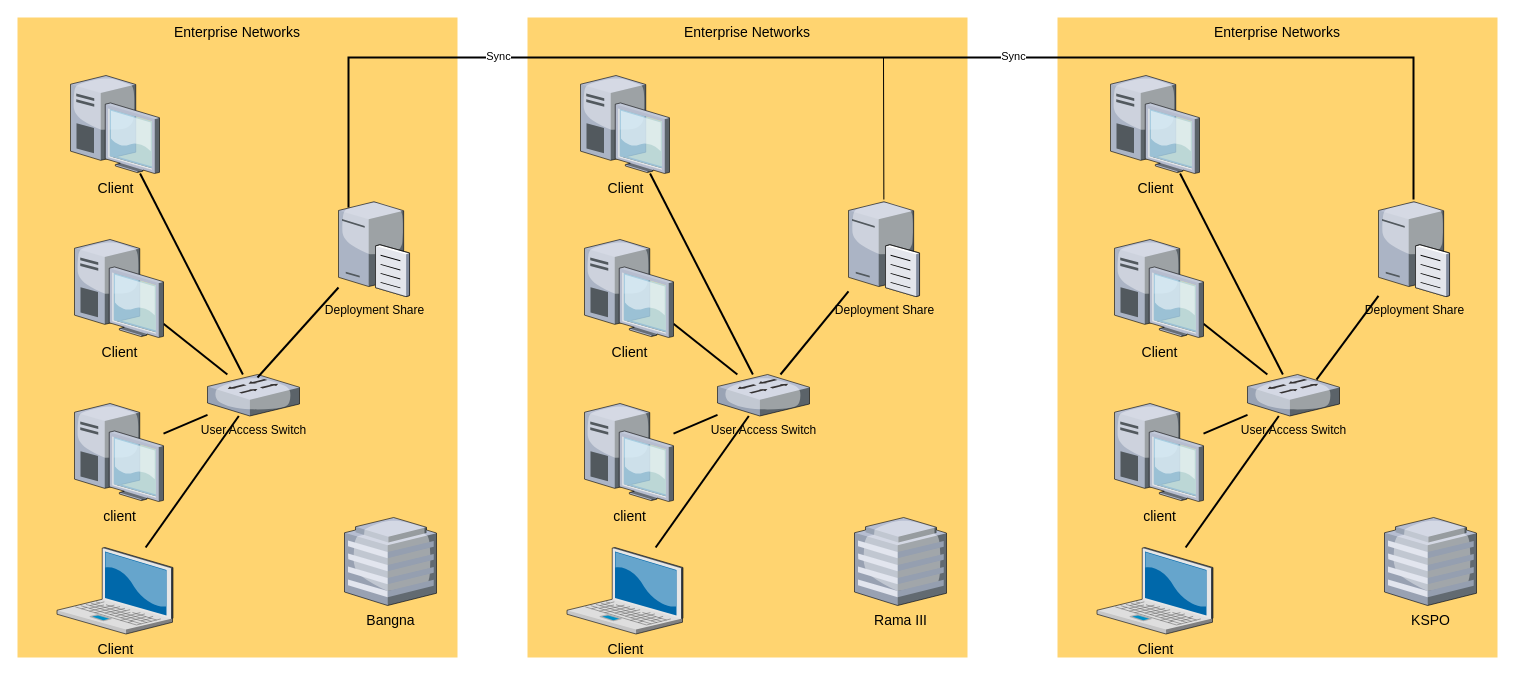
This is Untitled Diagram.drawio from Eddardx/MDT, a draw.io file, before an edit. Source tidied: cells renumbered, new cells numbered last; positions are measured from the earlier drawing's top-left corner, leaving out a move shared by most shapes. Both pictures are drawn from the tidied source at 100%, with x=0, y=0 at pixel (17, 17).
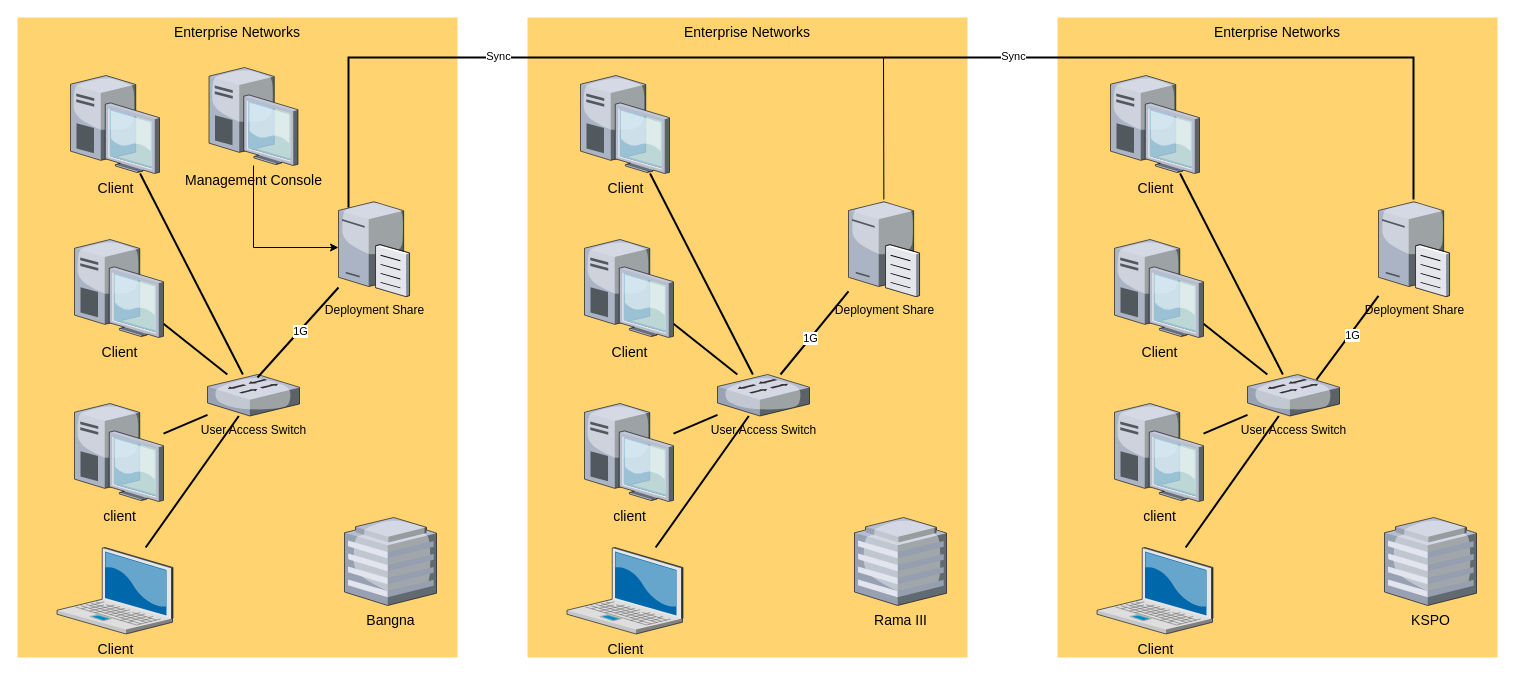
After the change.

The change refers to these unchanged cells:
```xml
<mxCell id="14" value="Deployment Share" style="verticalLabelPosition=bottom;html=1;verticalAlign=top;strokeColor=none;align=center;outlineConnect=0;shape=mxgraph.citrix.file_server;" parent="1" vertex="1">
  <mxGeometry x="321" y="182" width="71" height="97" as="geometry" />
</mxCell>
<mxCell id="38" style="edgeStyle=none;rounded=0;html=1;startSize=10;endSize=10;jettySize=auto;fontSize=14;endArrow=none;endFill=0;strokeWidth=2;" parent="1" edge="1" source="14">
  <mxGeometry relative="1" as="geometry">
    <mxPoint x="240" y="360" as="targetPoint" />
  </mxGeometry>
</mxCell>
<mxCell id="43" style="edgeStyle=none;rounded=0;html=1;startSize=10;endSize=10;jettySize=auto;fontSize=14;endArrow=none;endFill=0;strokeWidth=2;" parent="1" edge="1" source="25" target="24">
  <mxGeometry relative="1" as="geometry" />
</mxCell>
<mxCell id="44" style="edgeStyle=none;rounded=0;html=1;startSize=10;endSize=10;jettySize=auto;fontSize=14;endArrow=none;endFill=0;strokeWidth=2;" parent="1" edge="1" source="36">
  <mxGeometry relative="1" as="geometry">
    <mxPoint x="1299" y="362.1" as="targetPoint" />
  </mxGeometry>
</mxCell>
```

Diff of the diagram source:
```diff
@@
+    <mxCell id="45" value="1G" style="edgeLabel;html=1;align=center;verticalAlign=middle;" parent="38" vertex="1">
+      <mxGeometry x="-0.05" y="1" relative="1" as="geometry" />
+    </mxCell>
@@
+    <mxCell id="46" value="1G" style="edgeLabel;html=1;align=center;verticalAlign=middle;" parent="43" vertex="1">
+      <mxGeometry x="0.13" y="-1" relative="1" as="geometry">
+        <mxPoint x="1" as="offset" />
+      </mxGeometry>
+    </mxCell>
@@
+    <mxCell id="47" value="1G" style="edgeLabel;html=1;align=center;verticalAlign=middle;" parent="44" vertex="1">
+      <mxGeometry x="-0.1" y="2" relative="1" as="geometry" />
+    </mxCell>
+    <mxCell id="48" style="edgeStyle=orthogonalEdgeStyle;rounded=0;jettySize=auto;html=1;" parent="1" edge="1" source="49" target="14">
+      <mxGeometry relative="1" as="geometry">
+        <Array as="points">
+          <mxPoint x="236" y="230" />
+        </Array>
+      </mxGeometry>
+    </mxCell>
+    <mxCell id="49" value="Management Console" style="verticalLabelPosition=bottom;html=1;verticalAlign=top;strokeColor=none;shape=mxgraph.citrix.desktop;fillColor=#66B2FF;gradientColor=#0066CC;fontSize=14;" parent="1" vertex="1">
+      <mxGeometry x="191.5" y="50" width="89" height="98" as="geometry" />
+    </mxCell>
```
